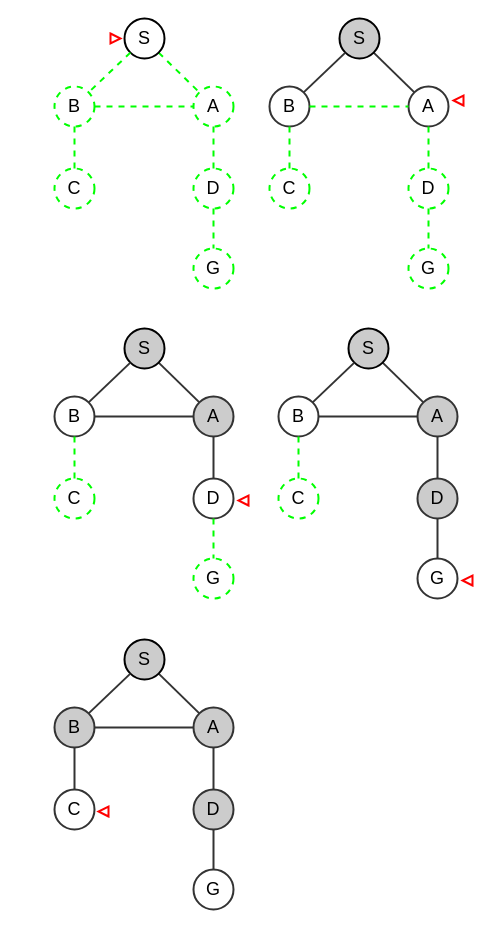
Before: Untitled Diagram.drawio in fasil712/UML_Diagram_Design, a draw.io diagram. Source tidied: cells renumbered, new cells numbered last; positions are measured from the earlier drawing's top-left corner, leaving out a move shared by most shapes. Both pictures are drawn from the tidied source at 100%, with x=0, y=0 at pixel (54, 18).
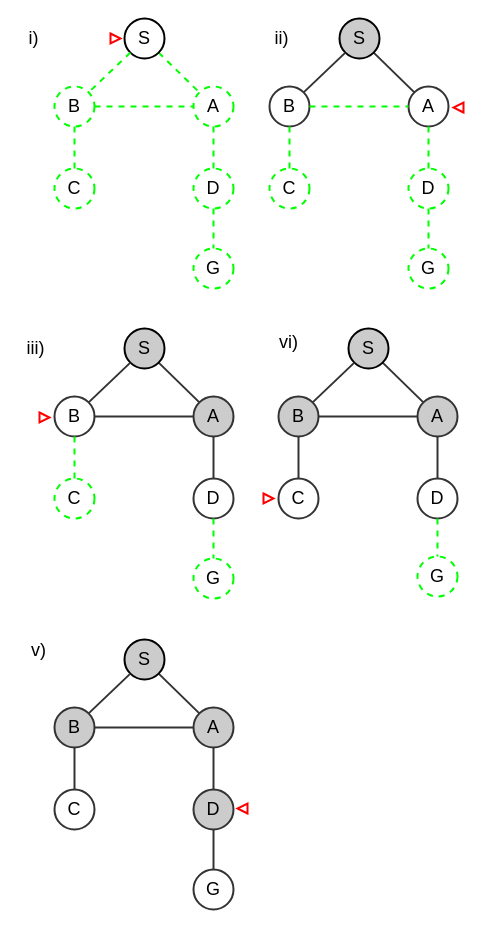
After the change.

The edit, as a diff of the source:
```diff
@@
     <mxCell id="27" style="triangle;whiteSpace=wrap;html=1;fontSize=18;strokeColor=#FF0000;strokeWidth=2;fillColor=none;rotation=-180;" parent="1" vertex="1">
-      <mxGeometry x="399" y="77" width="10" height="10" as="geometry" />
+      <mxGeometry x="399" y="84" width="10" height="10" as="geometry" />
     </mxCell>
@@
-    <mxCell id="30" value="&lt;font style=&quot;font-size: 18px;&quot;&gt;B&lt;/font&gt;" style="ellipse;whiteSpace=wrap;html=1;fillColor=none;strokeColor=#333333;strokeWidth=2;" parent="1" vertex="1">
+    <mxCell id="30" value="&lt;font style=&quot;font-size: 18px;&quot;&gt;B&lt;/font&gt;" style="ellipse;whiteSpace=wrap;html=1;fillColor=default;strokeColor=#333333;strokeWidth=2;" parent="1" vertex="1">
       <mxGeometry y="378" width="40" height="40" as="geometry" />
     </mxCell>
@@
-    <mxCell id="40" style="triangle;whiteSpace=wrap;html=1;fontSize=18;strokeColor=#FF0000;strokeWidth=2;fillColor=none;rotation=-180;" parent="1" vertex="1">
-      <mxGeometry x="184" y="477" width="10" height="10" as="geometry" />
+    <mxCell id="40" style="triangle;whiteSpace=wrap;html=1;fontSize=18;strokeColor=#FF0000;strokeWidth=2;fillColor=none;rotation=0;" parent="1" vertex="1">
+      <mxGeometry x="-15" y="394" width="10" height="10" as="geometry" />
     </mxCell>
@@
-    <mxCell id="43" value="&lt;font style=&quot;font-size: 18px;&quot;&gt;B&lt;/font&gt;" style="ellipse;whiteSpace=wrap;html=1;fillColor=none;strokeColor=#333333;strokeWidth=2;" parent="1" vertex="1">
+    <mxCell id="43" value="&lt;font style=&quot;font-size: 18px;&quot;&gt;B&lt;/font&gt;" style="ellipse;whiteSpace=wrap;html=1;fillColor=#CCCCCC;strokeColor=#333333;strokeWidth=2;" parent="1" vertex="1">
       <mxGeometry x="224" y="378" width="40" height="40" as="geometry" />
     </mxCell>
@@
-    <mxCell id="45" value="&lt;font style=&quot;font-size: 18px;&quot;&gt;C&lt;/font&gt;" style="ellipse;whiteSpace=wrap;html=1;fillColor=none;strokeColor=#00FF00;dashed=1;strokeWidth=2;" parent="1" vertex="1">
+    <mxCell id="45" value="&lt;font style=&quot;font-size: 18px;&quot;&gt;C&lt;/font&gt;" style="ellipse;whiteSpace=wrap;html=1;fillColor=default;strokeColor=#333333;strokeWidth=2;" parent="1" vertex="1">
       <mxGeometry x="224" y="460" width="40" height="40" as="geometry" />
     </mxCell>
-    <mxCell id="46" value="&lt;font style=&quot;font-size: 18px;&quot;&gt;D&lt;/font&gt;" style="ellipse;whiteSpace=wrap;html=1;fillColor=#CCCCCC;strokeColor=#333333;strokeWidth=2;" parent="1" vertex="1">
+    <mxCell id="46" value="&lt;font style=&quot;font-size: 18px;&quot;&gt;D&lt;/font&gt;" style="ellipse;whiteSpace=wrap;html=1;fillColor=none;strokeColor=#333333;strokeWidth=2;" parent="1" vertex="1">
       <mxGeometry x="363" y="460" width="40" height="40" as="geometry" />
     </mxCell>
-    <mxCell id="47" value="&lt;font style=&quot;font-size: 18px;&quot;&gt;G&lt;/font&gt;" style="ellipse;whiteSpace=wrap;html=1;fillColor=none;strokeColor=#333333;strokeWidth=2;" parent="1" vertex="1">
-      <mxGeometry x="363" y="540" width="40" height="40" as="geometry" />
-    </mxCell>
@@
-    <mxCell id="50" style="edgeStyle=none;rounded=0;jettySize=auto;html=1;exitX=0.5;exitY=1;exitDx=0;exitDy=0;fontSize=18;entryX=0.5;entryY=0;entryDx=0;entryDy=0;endArrow=none;endFill=0;fillColor=#d5e8d4;strokeColor=#333333;strokeWidth=2;" parent="1" edge="1" source="46" target="47">
-      <mxGeometry relative="1" as="geometry" />
-    </mxCell>
@@
-    <mxCell id="52" style="edgeStyle=none;rounded=0;jettySize=auto;html=1;exitX=0.5;exitY=1;exitDx=0;exitDy=0;fontSize=18;entryX=0.5;entryY=0;entryDx=0;entryDy=0;endArrow=none;endFill=0;fillColor=#d5e8d4;strokeColor=#00FF00;dashed=1;strokeWidth=2;" parent="1" edge="1" source="43" target="45">
+    <mxCell id="52" style="edgeStyle=none;rounded=0;jettySize=auto;html=1;exitX=0.5;exitY=1;exitDx=0;exitDy=0;fontSize=18;entryX=0.5;entryY=0;entryDx=0;entryDy=0;endArrow=none;endFill=0;fillColor=#d5e8d4;strokeColor=#333333;strokeWidth=2;" parent="1" edge="1" source="43" target="45">
       <mxGeometry relative="1" as="geometry" />
     </mxCell>
-    <mxCell id="53" style="triangle;whiteSpace=wrap;html=1;fontSize=18;strokeColor=#FF0000;strokeWidth=2;fillColor=none;rotation=-180;" parent="1" vertex="1">
-      <mxGeometry x="408" y="557" width="10" height="10" as="geometry" />
+    <mxCell id="53" style="triangle;whiteSpace=wrap;html=1;fontSize=18;strokeColor=#FF0000;strokeWidth=2;fillColor=none;rotation=0;" parent="1" vertex="1">
+      <mxGeometry x="209" y="475" width="10" height="10" as="geometry" />
     </mxCell>
@@
     <mxCell id="66" style="triangle;whiteSpace=wrap;html=1;fontSize=18;strokeColor=#FF0000;strokeWidth=2;fillColor=none;rotation=-180;" parent="1" vertex="1">
-      <mxGeometry x="44" y="788" width="10" height="10" as="geometry" />
+      <mxGeometry x="183" y="785" width="10" height="10" as="geometry" />
     </mxCell>
+    <mxCell id="47" value="&lt;font style=&quot;font-size: 18px;&quot;&gt;G&lt;/font&gt;" style="ellipse;whiteSpace=wrap;html=1;fillColor=none;strokeColor=#00FF00;dashed=1;strokeWidth=2;" parent="1" vertex="1">
+      <mxGeometry x="363" y="538" width="40" height="40" as="geometry" />
+    </mxCell>
+    <mxCell id="50" style="edgeStyle=none;rounded=0;jettySize=auto;html=1;fontSize=18;entryX=0.5;entryY=0;entryDx=0;entryDy=0;endArrow=none;endFill=0;fillColor=#d5e8d4;strokeColor=#00FF00;dashed=1;strokeWidth=2;" parent="1" edge="1" source="46" target="47">
+      <mxGeometry relative="1" as="geometry" />
+    </mxCell>
+    <mxCell id="67" value="i)" style="text;html=1;align=center;verticalAlign=middle;strokeColor=none;fillColor=none;fontSize=18;" parent="1" vertex="1">
+      <mxGeometry x="-35" y="3" width="28" height="34" as="geometry" />
+    </mxCell>
+    <mxCell id="68" value="ii)" style="text;html=1;align=center;verticalAlign=middle;strokeColor=none;fillColor=none;fontSize=18;" parent="1" vertex="1">
+      <mxGeometry x="211" y="3" width="32" height="34" as="geometry" />
+    </mxCell>
+    <mxCell id="69" value="iii)" style="text;html=1;align=center;verticalAlign=middle;strokeColor=none;fillColor=none;fontSize=18;" parent="1" vertex="1">
+      <mxGeometry x="-37" y="313" width="36" height="34" as="geometry" />
+    </mxCell>
+    <mxCell id="70" value="vi)" style="text;html=1;align=center;verticalAlign=middle;strokeColor=none;fillColor=none;fontSize=18;" parent="1" vertex="1">
+      <mxGeometry x="215" y="307" width="37" height="34" as="geometry" />
+    </mxCell>
+    <mxCell id="71" value="v)" style="text;html=1;align=center;verticalAlign=middle;strokeColor=none;fillColor=none;fontSize=18;" parent="1" vertex="1">
+      <mxGeometry x="-33" y="615" width="33" height="34" as="geometry" />
+    </mxCell>
```
